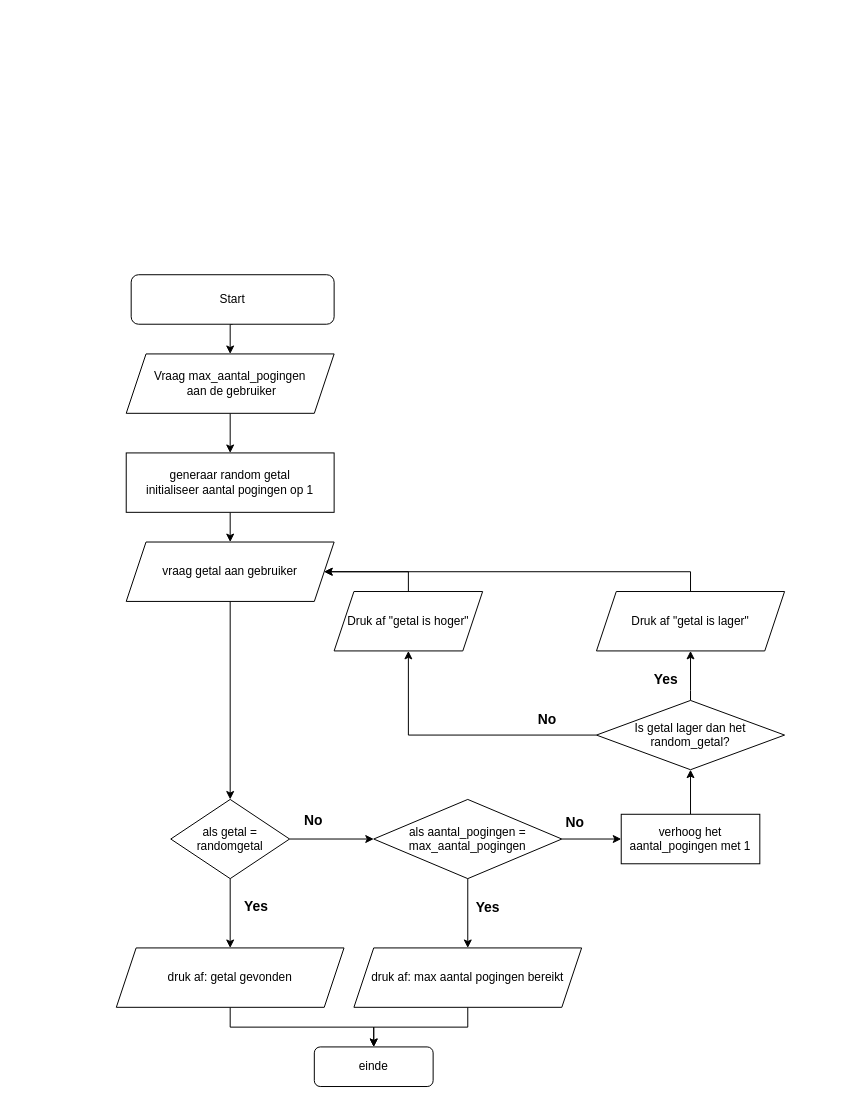
Earlier version of the draw.io diagram Uitbrediing oefening random getal.drawio (Gvandezande/DrawIO_tekeningen). Source tidied: cells renumbered, new cells numbered last; positions are measured from the earlier drawing's top-left corner, leaving out a move shared by most shapes. Both pictures are drawn from the tidied source at 99%, with x=0, y=0 at pixel (116, 274).
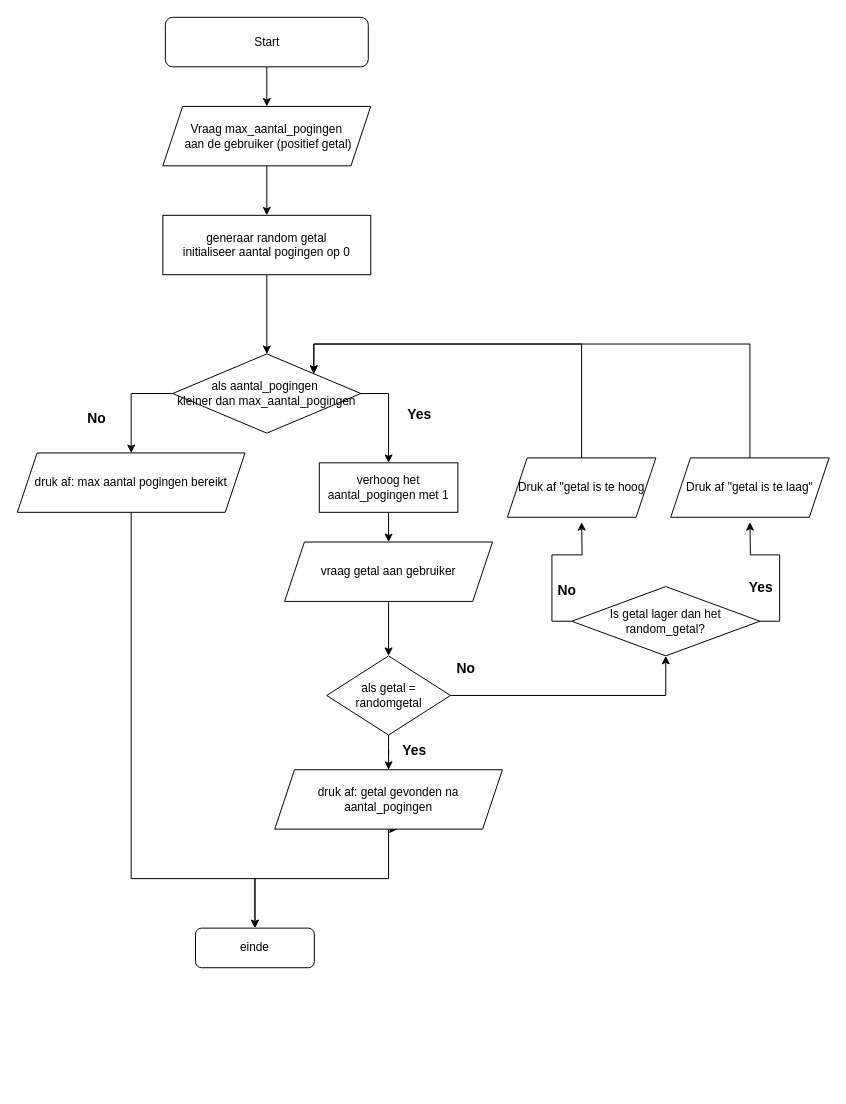
The same diagram, later.

The change refers to these unchanged cells:
```xml
<mxCell id="8" style="edgeStyle=orthogonalEdgeStyle;rounded=0;jettySize=auto;html=1;" parent="1" edge="1" source="11" target="13">
  <mxGeometry relative="1" as="geometry" />
</mxCell>
```

The edit, as a diff of the source:
```diff
@@
     <mxCell id="3" value="Start" style="rounded=1;whiteSpace=wrap;html=1;" parent="1" vertex="1">
-      <mxGeometry x="15" width="205" height="50" as="geometry" />
+      <mxGeometry x="49.5" y="-260" width="205" height="50" as="geometry" />
     </mxCell>
-    <mxCell id="4" style="edgeStyle=orthogonalEdgeStyle;rounded=0;jettySize=auto;html=1;exitX=0.5;exitY=1;exitDx=0;exitDy=0;entryX=0.5;entryY=0;entryDx=0;entryDy=0;" parent="1" edge="1" source="5" target="16">
-      <mxGeometry relative="1" as="geometry" />
-    </mxCell>
-    <mxCell id="5" value="generaar random getal&lt;div&gt;initialiseer aantal pogingen op 1&lt;/div&gt;" style="rounded=0;whiteSpace=wrap;html=1;" parent="1" vertex="1">
-      <mxGeometry x="10" y="180" width="210" height="60" as="geometry" />
+    <mxCell id="5" value="generaar random getal&lt;div&gt;initialiseer aantal pogingen op 0&lt;/div&gt;" style="rounded=0;whiteSpace=wrap;html=1;" parent="1" vertex="1">
+      <mxGeometry x="47" y="-60" width="210" height="60" as="geometry" />
     </mxCell>
@@
-    <mxCell id="7" value="Vraag max_aantal_pogingen&lt;div&gt;&amp;nbsp;aan de gebruiker&lt;/div&gt;" style="shape=parallelogram;perimeter=parallelogramPerimeter;whiteSpace=wrap;html=1;fixedSize=1;" parent="1" vertex="1">
-      <mxGeometry x="10" y="80" width="210" height="60" as="geometry" />
+    <mxCell id="7" value="Vraag max_aantal_pogingen&lt;div&gt;&amp;nbsp;aan de gebruiker (positief getal)&lt;/div&gt;" style="shape=parallelogram;perimeter=parallelogramPerimeter;whiteSpace=wrap;html=1;fixedSize=1;" parent="1" vertex="1">
+      <mxGeometry x="47" y="-170" width="210" height="60" as="geometry" />
     </mxCell>
@@
     <mxCell id="9" value="Yes" style="edgeLabel;html=1;align=center;verticalAlign=middle;fontStyle=1;fontSize=14;" parent="8" vertex="1">
       <mxGeometry x="-0.22" y="1" relative="1" as="geometry">
-        <mxPoint x="24" as="offset" />
+        <mxPoint x="29" y="-343" as="offset" />
       </mxGeometry>
     </mxCell>
-    <mxCell id="10" style="edgeStyle=orthogonalEdgeStyle;rounded=0;jettySize=auto;html=1;exitX=1;exitY=0.5;exitDx=0;exitDy=0;entryX=0;entryY=0.5;entryDx=0;entryDy=0;" parent="1" edge="1" source="11" target="26">
-      <mxGeometry relative="1" as="geometry" />
-    </mxCell>
+    <mxCell id="36" style="edgeStyle=orthogonalEdgeStyle;rounded=0;jettySize=auto;html=1;exitX=1;exitY=0.5;exitDx=0;exitDy=0;entryX=0.5;entryY=1;entryDx=0;entryDy=0;" parent="1" edge="1" source="11" target="19">
+      <mxGeometry relative="1" as="geometry" />
+    </mxCell>
     <mxCell id="11" value="als getal = randomgetal" style="rhombus;whiteSpace=wrap;html=1;" parent="1" vertex="1">
-      <mxGeometry x="55" y="530" width="120" height="80" as="geometry" />
+      <mxGeometry x="212.5" y="385" width="125" height="80" as="geometry" />
     </mxCell>
@@
+    <mxCell id="37" style="edgeStyle=orthogonalEdgeStyle;rounded=0;jettySize=auto;html=1;exitX=0.5;exitY=1;exitDx=0;exitDy=0;" parent="1" edge="1" source="13">
+      <mxGeometry relative="1" as="geometry">
+        <mxPoint x="284" y="560" as="targetPoint" />
+      </mxGeometry>
+    </mxCell>
-    <mxCell id="13" value="druk af: getal gevonden" style="shape=parallelogram;perimeter=parallelogramPerimeter;whiteSpace=wrap;html=1;fixedSize=1;" parent="1" vertex="1">
-      <mxGeometry y="680" width="230" height="60" as="geometry" />
+    <mxCell id="13" value="druk af: getal gevonden na aantal_pogingen" style="shape=parallelogram;perimeter=parallelogramPerimeter;whiteSpace=wrap;html=1;fixedSize=1;" parent="1" vertex="1">
+      <mxGeometry x="160" y="500" width="230" height="60" as="geometry" />
     </mxCell>
     <mxCell id="14" value="einde" style="rounded=1;whiteSpace=wrap;html=1;" parent="1" vertex="1">
-      <mxGeometry x="200" y="780" width="120" height="40" as="geometry" />
+      <mxGeometry x="80" y="660" width="120" height="40" as="geometry" />
     </mxCell>
-    <mxCell id="15" style="edgeStyle=orthogonalEdgeStyle;rounded=0;jettySize=auto;html=1;entryX=0.5;entryY=0;entryDx=0;entryDy=0;" parent="1" edge="1" source="16" target="11">
-      <mxGeometry relative="1" as="geometry" />
-    </mxCell>
-    <mxCell id="16" value="vraag getal aan gebruiker" style="shape=parallelogram;perimeter=parallelogramPerimeter;whiteSpace=wrap;html=1;fixedSize=1;" parent="1" vertex="1">
-      <mxGeometry x="10" y="270" width="210" height="60" as="geometry" />
-    </mxCell>
-    <mxCell id="17" style="edgeStyle=orthogonalEdgeStyle;rounded=0;jettySize=auto;html=1;exitX=0;exitY=0.5;exitDx=0;exitDy=0;entryX=0.5;entryY=1;entryDx=0;entryDy=0;" parent="1" edge="1" source="19" target="23">
-      <mxGeometry relative="1" as="geometry" />
-    </mxCell>
-    <mxCell id="18" style="edgeStyle=orthogonalEdgeStyle;rounded=0;jettySize=auto;html=1;exitX=0.5;exitY=0;exitDx=0;exitDy=0;entryX=0.5;entryY=1;entryDx=0;entryDy=0;" parent="1" edge="1" source="19" target="21">
-      <mxGeometry relative="1" as="geometry">
-        <Array as="points">
-          <mxPoint x="580" y="420" />
-          <mxPoint x="580" y="420" />
-        </Array>
-      </mxGeometry>
-    </mxCell>
+    <mxCell id="38" style="edgeStyle=orthogonalEdgeStyle;rounded=0;jettySize=auto;html=1;exitX=1;exitY=0.5;exitDx=0;exitDy=0;" parent="1" edge="1" source="19">
+      <mxGeometry relative="1" as="geometry">
+        <mxPoint x="640" y="250" as="targetPoint" />
+      </mxGeometry>
+    </mxCell>
+    <mxCell id="39" style="edgeStyle=orthogonalEdgeStyle;rounded=0;jettySize=auto;html=1;exitX=0;exitY=0.5;exitDx=0;exitDy=0;" parent="1" edge="1" source="19">
+      <mxGeometry relative="1" as="geometry">
+        <mxPoint x="470" y="250" as="targetPoint" />
+      </mxGeometry>
+    </mxCell>
     <mxCell id="19" value="Is getal lager dan het random_getal?" style="rhombus;whiteSpace=wrap;html=1;" parent="1" vertex="1">
-      <mxGeometry x="485" y="430" width="190" height="70" as="geometry" />
+      <mxGeometry x="460" y="315" width="190" height="70" as="geometry" />
     </mxCell>
-    <mxCell id="20" style="edgeStyle=orthogonalEdgeStyle;rounded=0;jettySize=auto;html=1;exitX=0.5;exitY=0;exitDx=0;exitDy=0;entryX=1;entryY=0.5;entryDx=0;entryDy=0;" parent="1" edge="1" source="21" target="16">
-      <mxGeometry relative="1" as="geometry" />
-    </mxCell>
+    <mxCell id="40" style="edgeStyle=orthogonalEdgeStyle;rounded=0;jettySize=auto;html=1;exitX=0.5;exitY=0;exitDx=0;exitDy=0;entryX=1;entryY=0;entryDx=0;entryDy=0;" parent="1" edge="1" source="21" target="26">
+      <mxGeometry relative="1" as="geometry">
+        <Array as="points">
+          <mxPoint x="640" y="70" />
+          <mxPoint x="200" y="70" />
+        </Array>
+      </mxGeometry>
+    </mxCell>
-    <mxCell id="21" value="Druk af &quot;getal is lager&quot;" style="shape=parallelogram;perimeter=parallelogramPerimeter;whiteSpace=wrap;html=1;fixedSize=1;" parent="1" vertex="1">
-      <mxGeometry x="485" y="320" width="190" height="60" as="geometry" />
+    <mxCell id="21" value="Druk af &quot;getal is te laag&quot;" style="shape=parallelogram;perimeter=parallelogramPerimeter;whiteSpace=wrap;html=1;fixedSize=1;" parent="1" vertex="1">
+      <mxGeometry x="560" y="185" width="160" height="60" as="geometry" />
     </mxCell>
-    <mxCell id="22" style="edgeStyle=orthogonalEdgeStyle;rounded=0;jettySize=auto;html=1;exitX=0.5;exitY=0;exitDx=0;exitDy=0;entryX=1;entryY=0.5;entryDx=0;entryDy=0;" parent="1" edge="1" source="23" target="16">
-      <mxGeometry relative="1" as="geometry">
-        <Array as="points">
-          <mxPoint x="295" y="300" />
-        </Array>
-      </mxGeometry>
-    </mxCell>
+    <mxCell id="41" style="edgeStyle=orthogonalEdgeStyle;rounded=0;jettySize=auto;html=1;exitX=0.5;exitY=0;exitDx=0;exitDy=0;entryX=1;entryY=0;entryDx=0;entryDy=0;" parent="1" edge="1" source="23" target="26">
+      <mxGeometry relative="1" as="geometry">
+        <Array as="points">
+          <mxPoint x="470" y="70" />
+          <mxPoint x="200" y="70" />
+        </Array>
+      </mxGeometry>
+    </mxCell>
-    <mxCell id="23" value="Druk af &quot;getal is hoger&quot;" style="shape=parallelogram;perimeter=parallelogramPerimeter;whiteSpace=wrap;html=1;fixedSize=1;" parent="1" vertex="1">
-      <mxGeometry x="220" y="320" width="150" height="60" as="geometry" />
+    <mxCell id="23" value="Druk af &quot;getal is te hoog" style="shape=parallelogram;perimeter=parallelogramPerimeter;whiteSpace=wrap;html=1;fixedSize=1;" parent="1" vertex="1">
+      <mxGeometry x="395" y="185" width="150" height="60" as="geometry" />
     </mxCell>
+    <mxCell id="27" style="edgeStyle=orthogonalEdgeStyle;rounded=0;jettySize=auto;html=1;exitX=0.5;exitY=1;exitDx=0;exitDy=0;entryX=0.5;entryY=0;entryDx=0;entryDy=0;" parent="1" edge="1" source="28" target="14">
+      <mxGeometry relative="1" as="geometry">
+        <Array as="points">
+          <mxPoint x="15" y="610" />
+          <mxPoint x="140" y="610" />
+        </Array>
+      </mxGeometry>
+    </mxCell>
+    <mxCell id="28" value="druk af: max aantal pogingen bereikt" style="shape=parallelogram;perimeter=parallelogramPerimeter;whiteSpace=wrap;html=1;fixedSize=1;" parent="1" vertex="1">
+      <mxGeometry x="-100" y="180" width="230" height="60" as="geometry" />
+    </mxCell>
+    <mxCell id="42" style="edgeStyle=orthogonalEdgeStyle;rounded=0;jettySize=auto;html=1;exitX=0.5;exitY=1;exitDx=0;exitDy=0;entryX=0.5;entryY=0;entryDx=0;entryDy=0;" parent="1" edge="1" source="34" target="16">
+      <mxGeometry relative="1" as="geometry" />
+    </mxCell>
+    <mxCell id="34" value="verhoog het aantal_pogingen met 1" style="rounded=0;whiteSpace=wrap;html=1;" parent="1" vertex="1">
+      <mxGeometry x="205" y="190" width="140" height="50" as="geometry" />
+    </mxCell>
+    <mxCell id="43" style="edgeStyle=orthogonalEdgeStyle;rounded=0;jettySize=auto;html=1;exitX=0.5;exitY=1;exitDx=0;exitDy=0;entryX=0.5;entryY=0;entryDx=0;entryDy=0;" parent="1" edge="1" source="5" target="26">
+      <mxGeometry relative="1" as="geometry" />
+    </mxCell>
-    <mxCell id="24" style="edgeStyle=orthogonalEdgeStyle;rounded=0;jettySize=auto;html=1;exitX=0.5;exitY=1;exitDx=0;exitDy=0;entryX=0.5;entryY=0;entryDx=0;entryDy=0;" parent="1" edge="1" source="26" target="28">
+    <mxCell id="24" style="edgeStyle=orthogonalEdgeStyle;rounded=0;jettySize=auto;html=1;exitX=0;exitY=0.5;exitDx=0;exitDy=0;entryX=0.5;entryY=0;entryDx=0;entryDy=0;" parent="1" edge="1" source="26" target="28">
       <mxGeometry relative="1" as="geometry" />
     </mxCell>
-    <mxCell id="25" style="edgeStyle=orthogonalEdgeStyle;rounded=0;jettySize=auto;html=1;exitX=1;exitY=0.5;exitDx=0;exitDy=0;entryX=0;entryY=0.5;entryDx=0;entryDy=0;" parent="1" edge="1" source="26" target="34">
+    <mxCell id="25" style="edgeStyle=orthogonalEdgeStyle;rounded=0;jettySize=auto;html=1;exitX=1;exitY=0.5;exitDx=0;exitDy=0;entryX=0.5;entryY=0;entryDx=0;entryDy=0;" parent="1" edge="1" source="26" target="34">
       <mxGeometry relative="1" as="geometry" />
     </mxCell>
-    <mxCell id="26" value="als aantal_pogingen = max_aantal_pogingen" style="rhombus;whiteSpace=wrap;html=1;" parent="1" vertex="1">
-      <mxGeometry x="260" y="530" width="190" height="80" as="geometry" />
+    <mxCell id="26" value="als aantal_pogingen&amp;nbsp;&lt;div&gt;kleiner dan max_aantal_pogingen&lt;/div&gt;" style="rhombus;whiteSpace=wrap;html=1;" parent="1" vertex="1">
+      <mxGeometry x="57" y="80" width="190" height="80" as="geometry" />
     </mxCell>
-    <mxCell id="27" style="edgeStyle=orthogonalEdgeStyle;rounded=0;jettySize=auto;html=1;exitX=0.5;exitY=1;exitDx=0;exitDy=0;entryX=0.5;entryY=0;entryDx=0;entryDy=0;" parent="1" edge="1" source="28" target="14">
-      <mxGeometry relative="1" as="geometry" />
-    </mxCell>
-    <mxCell id="28" value="druk af: max aantal pogingen bereikt" style="shape=parallelogram;perimeter=parallelogramPerimeter;whiteSpace=wrap;html=1;fixedSize=1;" parent="1" vertex="1">
-      <mxGeometry x="240" y="680" width="230" height="60" as="geometry" />
-    </mxCell>
-    <mxCell id="29" value="Yes" style="edgeLabel;html=1;align=center;verticalAlign=middle;fontStyle=1;fontSize=14;" parent="1" vertex="1">
-      <mxGeometry x="370" y="640" as="geometry">
-        <mxPoint x="4" y="-2" as="offset" />
-      </mxGeometry>
-    </mxCell>
-    <mxCell id="30" value="Yes" style="edgeLabel;html=1;align=center;verticalAlign=middle;fontStyle=1;fontSize=14;" parent="1" vertex="1">
-      <mxGeometry x="550" y="410" as="geometry">
-        <mxPoint x="4" y="-2" as="offset" />
-      </mxGeometry>
-    </mxCell>
-    <mxCell id="31" value="No" style="edgeLabel;html=1;align=center;verticalAlign=middle;fontStyle=1;fontSize=14;" parent="1" vertex="1">
-      <mxGeometry x="460" y="560" as="geometry">
-        <mxPoint x="2" y="-8" as="offset" />
-      </mxGeometry>
-    </mxCell>
-    <mxCell id="32" value="No" style="edgeLabel;html=1;align=center;verticalAlign=middle;fontStyle=1;fontSize=14;" parent="1" vertex="1">
-      <mxGeometry x="340" y="580" as="geometry">
-        <mxPoint x="94" y="-132" as="offset" />
-      </mxGeometry>
-    </mxCell>
-    <mxCell id="33" style="edgeStyle=orthogonalEdgeStyle;rounded=0;jettySize=auto;html=1;exitX=0.5;exitY=0;exitDx=0;exitDy=0;entryX=0.5;entryY=1;entryDx=0;entryDy=0;" parent="1" edge="1" source="34" target="19">
-      <mxGeometry relative="1" as="geometry" />
-    </mxCell>
-    <mxCell id="34" value="verhoog het aantal_pogingen met 1" style="rounded=0;whiteSpace=wrap;html=1;" parent="1" vertex="1">
-      <mxGeometry x="510" y="545" width="140" height="50" as="geometry" />
-    </mxCell>
-    <mxCell id="35" value="No" style="edgeLabel;html=1;align=center;verticalAlign=middle;fontStyle=1;fontSize=14;" parent="1" vertex="1">
-      <mxGeometry x="470" y="570" as="geometry">
-        <mxPoint x="-272" y="-20" as="offset" />
-      </mxGeometry>
-    </mxCell>
+    <mxCell id="15" style="edgeStyle=orthogonalEdgeStyle;rounded=0;jettySize=auto;html=1;exitX=0.5;exitY=1;exitDx=0;exitDy=0;entryX=0.5;entryY=0;entryDx=0;entryDy=0;" parent="1" edge="1" source="16" target="11">
+      <mxGeometry relative="1" as="geometry" />
+    </mxCell>
+    <mxCell id="16" value="vraag getal aan gebruiker" style="shape=parallelogram;perimeter=parallelogramPerimeter;whiteSpace=wrap;html=1;fixedSize=1;" parent="1" vertex="1">
+      <mxGeometry x="170" y="270" width="210" height="60" as="geometry" />
+    </mxCell>
+    <mxCell id="44" value="No" style="edgeLabel;html=1;align=center;verticalAlign=middle;fontStyle=1;fontSize=14;" parent="1" vertex="1">
+      <mxGeometry x="-30" y="130" as="geometry">
+        <mxPoint x="9" y="14" as="offset" />
+      </mxGeometry>
+    </mxCell>
+    <mxCell id="45" value="No" style="edgeLabel;html=1;align=center;verticalAlign=middle;fontStyle=1;fontSize=14;" parent="1" vertex="1">
+      <mxGeometry x="350" y="400" as="geometry">
+        <mxPoint x="2" y="-3" as="offset" />
+      </mxGeometry>
+    </mxCell>
+    <mxCell id="46" value="Yes" style="edgeLabel;html=1;align=center;verticalAlign=middle;fontStyle=1;fontSize=14;" parent="1" vertex="1">
+      <mxGeometry x="300" y="480" as="geometry" />
+    </mxCell>
+    <mxCell id="47" value="Yes" style="edgeLabel;html=1;align=center;verticalAlign=middle;fontStyle=1;fontSize=14;" parent="1" vertex="1">
+      <mxGeometry x="650" y="315" as="geometry" />
+    </mxCell>
+    <mxCell id="48" value="No" style="edgeLabel;html=1;align=center;verticalAlign=middle;fontStyle=1;fontSize=14;" parent="1" vertex="1">
+      <mxGeometry x="470" y="330" as="geometry">
+        <mxPoint x="-16" y="-12" as="offset" />
+      </mxGeometry>
+    </mxCell>
```
